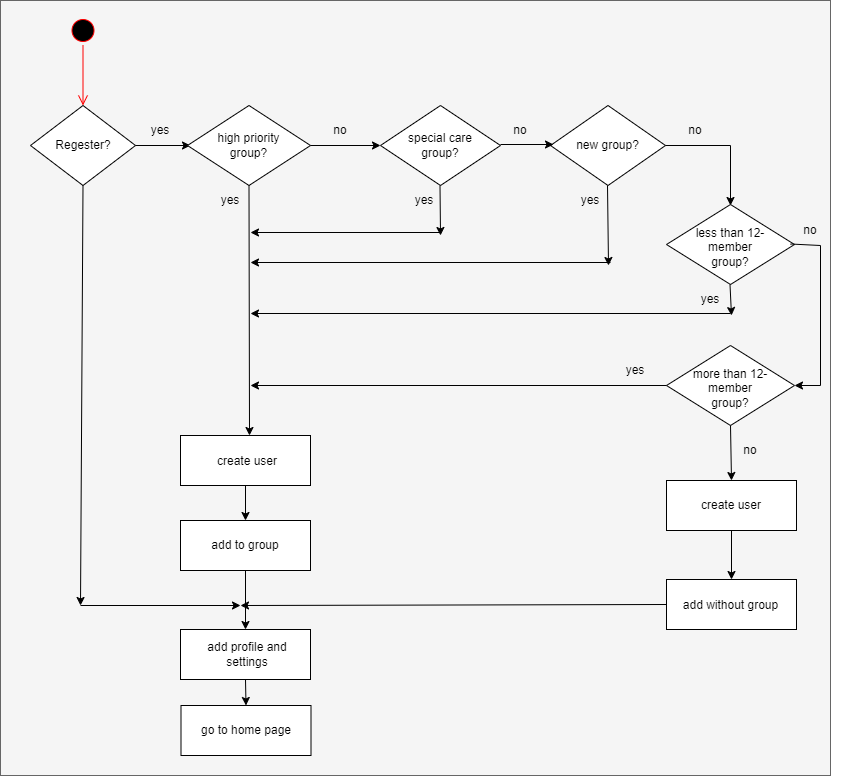
Before: RegestrationSystem.drawio.png, a diagram exported from draw.io (AyaGElsaadany/RegestrationSystemUML). Source tidied: cells renumbered, new cells last; positions are measured from the earlier drawing's top-left corner, leaving out a move shared by most shapes. Its diagram source:
```xml
<mxGraphModel>
  <root>
    <mxCell id="0" />
    <mxCell id="1" parent="0" />
    <mxCell id="2" style="rounded=0;whiteSpace=wrap;html=1;fillColor=#f5f5f5;fontColor=#333333;strokeColor=#666666;" parent="1" vertex="1">
      <mxGeometry width="830" height="775" as="geometry" />
    </mxCell>
    <mxCell id="3" style="ellipse;html=1;shape=startState;fillColor=#000000;strokeColor=#ff0000;" parent="1" vertex="1">
      <mxGeometry x="67.5" y="15" width="30" height="30" as="geometry" />
    </mxCell>
    <mxCell id="4" style="edgeStyle=orthogonalEdgeStyle;html=1;verticalAlign=bottom;endArrow=open;endSize=8;strokeColor=#ff0000;rounded=0;" parent="1" edge="1" source="3">
      <mxGeometry relative="1" as="geometry">
        <mxPoint x="82.5" y="105" as="targetPoint" />
      </mxGeometry>
    </mxCell>
    <mxCell id="5" style="rhombus;whiteSpace=wrap;html=1;" parent="1" vertex="1">
      <mxGeometry x="30" y="105" width="105" height="80" as="geometry" />
    </mxCell>
    <mxCell id="6" style="endArrow=classic;html=1;rounded=0;" parent="1" edge="1">
      <mxGeometry relative="1" as="geometry">
        <mxPoint x="135" y="145" as="sourcePoint" />
        <mxPoint x="190" y="145" as="targetPoint" />
      </mxGeometry>
    </mxCell>
    <mxCell id="7" style="endArrow=classic;html=1;rounded=0;exitX=0.5;exitY=1;exitDx=0;exitDy=0;" parent="1" edge="1" source="5">
      <mxGeometry relative="1" as="geometry">
        <mxPoint x="80" y="605" as="targetPoint" />
      </mxGeometry>
    </mxCell>
    <mxCell id="8" style="rhombus;whiteSpace=wrap;html=1;" parent="1" vertex="1">
      <mxGeometry x="187" y="105" width="123" height="80" as="geometry" />
    </mxCell>
    <mxCell id="9" style="rhombus;whiteSpace=wrap;html=1;" parent="1" vertex="1">
      <mxGeometry x="380" y="105" width="120" height="80" as="geometry" />
    </mxCell>
    <mxCell id="10" style="rhombus;whiteSpace=wrap;html=1;" parent="1" vertex="1">
      <mxGeometry x="550" y="105" width="115" height="80" as="geometry" />
    </mxCell>
    <mxCell id="11" style="endArrow=classic;html=1;rounded=0;exitX=1;exitY=0.5;exitDx=0;exitDy=0;" parent="1" edge="1" source="8">
      <mxGeometry relative="1" as="geometry">
        <mxPoint x="380" y="145" as="targetPoint" />
      </mxGeometry>
    </mxCell>
    <mxCell id="12" style="endArrow=classic;html=1;rounded=0;exitX=0.5;exitY=1;exitDx=0;exitDy=0;" parent="1" edge="1" source="8">
      <mxGeometry relative="1" as="geometry">
        <mxPoint x="249" y="435" as="targetPoint" />
      </mxGeometry>
    </mxCell>
    <mxCell id="13" style="endArrow=classic;html=1;rounded=0;" parent="1" edge="1">
      <mxGeometry relative="1" as="geometry">
        <mxPoint x="500" y="144" as="sourcePoint" />
        <mxPoint x="553" y="144" as="targetPoint" />
      </mxGeometry>
    </mxCell>
    <mxCell id="14" style="endArrow=none;html=1;rounded=0;exitX=1;exitY=0.5;exitDx=0;exitDy=0;" parent="1" edge="1" source="10">
      <mxGeometry relative="1" as="geometry">
        <mxPoint x="730" y="145" as="targetPoint" />
      </mxGeometry>
    </mxCell>
    <mxCell id="15" style="endArrow=classic;html=1;rounded=0;" parent="1" edge="1">
      <mxGeometry relative="1" as="geometry">
        <mxPoint x="730" y="145" as="sourcePoint" />
        <mxPoint x="730" y="205" as="targetPoint" />
      </mxGeometry>
    </mxCell>
    <mxCell id="16" value="Regester?" style="text;html=1;strokeColor=none;fillColor=none;align=center;verticalAlign=middle;whiteSpace=wrap;rounded=0;" parent="1" vertex="1">
      <mxGeometry x="53" y="130" width="60" height="30" as="geometry" />
    </mxCell>
    <mxCell id="17" value="yes" style="text;html=1;strokeColor=none;fillColor=none;align=center;verticalAlign=middle;whiteSpace=wrap;rounded=0;" parent="1" vertex="1">
      <mxGeometry x="130" y="115" width="60" height="30" as="geometry" />
    </mxCell>
    <mxCell id="18" value="high priority group?" style="text;html=1;strokeColor=none;fillColor=none;align=center;verticalAlign=middle;whiteSpace=wrap;rounded=0;" parent="1" vertex="1">
      <mxGeometry x="205" y="130" width="87" height="30" as="geometry" />
    </mxCell>
    <mxCell id="19" value="no" style="text;html=1;strokeColor=none;fillColor=none;align=center;verticalAlign=middle;whiteSpace=wrap;rounded=0;" parent="1" vertex="1">
      <mxGeometry x="490" y="115" width="60" height="30" as="geometry" />
    </mxCell>
    <mxCell id="20" value="special care group?" style="text;html=1;strokeColor=none;fillColor=none;align=center;verticalAlign=middle;whiteSpace=wrap;rounded=0;" parent="1" vertex="1">
      <mxGeometry x="394" y="130" width="92" height="30" as="geometry" />
    </mxCell>
    <mxCell id="21" value="new group?" style="text;html=1;strokeColor=none;fillColor=none;align=center;verticalAlign=middle;whiteSpace=wrap;rounded=0;" parent="1" vertex="1">
      <mxGeometry x="569" y="130" width="77" height="30" as="geometry" />
    </mxCell>
    <mxCell id="22" style="rhombus;whiteSpace=wrap;html=1;" parent="1" vertex="1">
      <mxGeometry x="666" y="204" width="128" height="80" as="geometry" />
    </mxCell>
    <mxCell id="23" style="endArrow=classic;html=1;exitX=0.5;exitY=1;exitDx=0;exitDy=0;strokeColor=default;rounded=0;jumpStyle=arc;" parent="1" edge="1">
      <mxGeometry relative="1" as="geometry">
        <mxPoint x="439.5" y="185" as="sourcePoint" />
        <mxPoint x="440" y="235" as="targetPoint" />
      </mxGeometry>
    </mxCell>
    <mxCell id="24" style="endArrow=classic;html=1;rounded=0;exitX=0.5;exitY=1;exitDx=0;exitDy=0;" parent="1" edge="1">
      <mxGeometry relative="1" as="geometry">
        <mxPoint x="607" y="185" as="sourcePoint" />
        <mxPoint x="608" y="265" as="targetPoint" />
      </mxGeometry>
    </mxCell>
    <mxCell id="25" value="less than 12-member group?" style="text;html=1;strokeColor=none;fillColor=none;align=center;verticalAlign=middle;whiteSpace=wrap;rounded=0;" parent="1" vertex="1">
      <mxGeometry x="690" y="232" width="80" height="30" as="geometry" />
    </mxCell>
    <mxCell id="26" style="rhombus;whiteSpace=wrap;html=1;" parent="1" vertex="1">
      <mxGeometry x="666" y="345" width="128" height="80" as="geometry" />
    </mxCell>
    <mxCell id="27" value="more than 12-member group?" style="text;html=1;strokeColor=none;fillColor=none;align=center;verticalAlign=middle;whiteSpace=wrap;rounded=0;" parent="1" vertex="1">
      <mxGeometry x="690" y="373" width="80" height="30" as="geometry" />
    </mxCell>
    <mxCell id="28" style="endArrow=none;html=1;rounded=0;exitX=1;exitY=0.5;exitDx=0;exitDy=0;" parent="1" edge="1">
      <mxGeometry relative="1" as="geometry">
        <mxPoint x="790" y="243.5" as="sourcePoint" />
        <mxPoint x="820" y="245" as="targetPoint" />
      </mxGeometry>
    </mxCell>
    <mxCell id="29" style="endArrow=classic;html=1;rounded=0;entryX=1;entryY=0.5;entryDx=0;entryDy=0;" parent="1" edge="1" target="26">
      <mxGeometry relative="1" as="geometry">
        <mxPoint x="820" y="385" as="sourcePoint" />
      </mxGeometry>
    </mxCell>
    <mxCell id="30" style="endArrow=none;html=1;rounded=0;" parent="1" edge="1">
      <mxGeometry relative="1" as="geometry">
        <mxPoint x="820" y="245" as="sourcePoint" />
        <mxPoint x="820" y="385" as="targetPoint" />
      </mxGeometry>
    </mxCell>
    <mxCell id="31" style="endArrow=classic;html=1;rounded=0;exitX=0.5;exitY=1;exitDx=0;exitDy=0;" parent="1" edge="1">
      <mxGeometry relative="1" as="geometry">
        <mxPoint x="729.5" y="284" as="sourcePoint" />
        <mxPoint x="731" y="315" as="targetPoint" />
      </mxGeometry>
    </mxCell>
    <mxCell id="32" style="endArrow=classic;html=1;rounded=0;exitX=0;exitY=0.5;exitDx=0;exitDy=0;" parent="1" edge="1" source="26">
      <mxGeometry relative="1" as="geometry">
        <mxPoint x="250" y="385" as="targetPoint" />
      </mxGeometry>
    </mxCell>
    <mxCell id="33" style="endArrow=classic;html=1;rounded=0;exitX=0.5;exitY=1;exitDx=0;exitDy=0;entryX=0.5;entryY=0;entryDx=0;entryDy=0;" parent="1" edge="1" source="26" target="55">
      <mxGeometry relative="1" as="geometry" />
    </mxCell>
    <mxCell id="34" value="no" style="text;html=1;strokeColor=none;fillColor=none;align=center;verticalAlign=middle;whiteSpace=wrap;rounded=0;" parent="1" vertex="1">
      <mxGeometry x="310" y="115" width="60" height="30" as="geometry" />
    </mxCell>
    <mxCell id="35" value="no" style="text;html=1;strokeColor=none;fillColor=none;align=center;verticalAlign=middle;whiteSpace=wrap;rounded=0;" parent="1" vertex="1">
      <mxGeometry x="665" y="115" width="60" height="30" as="geometry" />
    </mxCell>
    <mxCell id="36" value="no" style="text;html=1;strokeColor=none;fillColor=none;align=center;verticalAlign=middle;whiteSpace=wrap;rounded=0;" parent="1" vertex="1">
      <mxGeometry x="780" y="215" width="60" height="30" as="geometry" />
    </mxCell>
    <mxCell id="37" value="yes" style="text;html=1;strokeColor=none;fillColor=none;align=center;verticalAlign=middle;whiteSpace=wrap;rounded=0;" parent="1" vertex="1">
      <mxGeometry x="200" y="185" width="60" height="30" as="geometry" />
    </mxCell>
    <mxCell id="38" value="yes" style="text;html=1;strokeColor=none;fillColor=none;align=center;verticalAlign=middle;whiteSpace=wrap;rounded=0;" parent="1" vertex="1">
      <mxGeometry x="394" y="185" width="60" height="30" as="geometry" />
    </mxCell>
    <mxCell id="39" value="yes" style="text;html=1;strokeColor=none;fillColor=none;align=center;verticalAlign=middle;whiteSpace=wrap;rounded=0;" parent="1" vertex="1">
      <mxGeometry x="560" y="185" width="60" height="30" as="geometry" />
    </mxCell>
    <mxCell id="40" style="rounded=0;whiteSpace=wrap;html=1;" parent="1" vertex="1">
      <mxGeometry x="180" y="435" width="130" height="50" as="geometry" />
    </mxCell>
    <mxCell id="41" value="create user" style="text;html=1;strokeColor=none;fillColor=none;align=center;verticalAlign=middle;whiteSpace=wrap;rounded=0;" parent="1" vertex="1">
      <mxGeometry x="202" y="446" width="90" height="30" as="geometry" />
    </mxCell>
    <mxCell id="42" style="rounded=0;whiteSpace=wrap;html=1;" parent="1" vertex="1">
      <mxGeometry x="180" y="520" width="130" height="50" as="geometry" />
    </mxCell>
    <mxCell id="43" value="add to group" style="text;html=1;strokeColor=none;fillColor=none;align=center;verticalAlign=middle;whiteSpace=wrap;rounded=0;" parent="1" vertex="1">
      <mxGeometry x="200" y="530" width="90" height="30" as="geometry" />
    </mxCell>
    <mxCell id="44" style="rounded=0;whiteSpace=wrap;html=1;" parent="1" vertex="1">
      <mxGeometry x="180" y="629" width="130" height="50" as="geometry" />
    </mxCell>
    <mxCell id="45" value="add profile and settings" style="text;html=1;strokeColor=none;fillColor=none;align=center;verticalAlign=middle;whiteSpace=wrap;rounded=0;" parent="1" vertex="1">
      <mxGeometry x="188.5" y="639" width="115.5" height="30" as="geometry" />
    </mxCell>
    <mxCell id="46" style="endArrow=classic;html=1;rounded=0;exitX=0.5;exitY=1;exitDx=0;exitDy=0;entryX=0.5;entryY=0;entryDx=0;entryDy=0;" parent="1" edge="1" source="40" target="42">
      <mxGeometry relative="1" as="geometry" />
    </mxCell>
    <mxCell id="47" style="rounded=0;whiteSpace=wrap;html=1;" parent="1" vertex="1">
      <mxGeometry x="180.5" y="705" width="130" height="50" as="geometry" />
    </mxCell>
    <mxCell id="48" value="go to home page" style="text;html=1;strokeColor=none;fillColor=none;align=center;verticalAlign=middle;whiteSpace=wrap;rounded=0;" parent="1" vertex="1">
      <mxGeometry x="188" y="715" width="115.5" height="30" as="geometry" />
    </mxCell>
    <mxCell id="49" style="endArrow=classic;html=1;rounded=0;" parent="1" edge="1">
      <mxGeometry relative="1" as="geometry">
        <mxPoint x="440" y="232" as="sourcePoint" />
        <mxPoint x="250" y="232" as="targetPoint" />
      </mxGeometry>
    </mxCell>
    <mxCell id="50" style="endArrow=classic;html=1;rounded=0;strokeColor=default;jumpStyle=arc;" parent="1" edge="1">
      <mxGeometry relative="1" as="geometry">
        <mxPoint x="610" y="262" as="sourcePoint" />
        <mxPoint x="250" y="262" as="targetPoint" />
      </mxGeometry>
    </mxCell>
    <mxCell id="51" style="endArrow=classic;html=1;rounded=0;strokeColor=default;jumpStyle=arc;" parent="1" edge="1">
      <mxGeometry relative="1" as="geometry">
        <mxPoint x="730" y="313" as="sourcePoint" />
        <mxPoint x="250" y="313" as="targetPoint" />
      </mxGeometry>
    </mxCell>
    <mxCell id="52" value="yes" style="text;html=1;strokeColor=none;fillColor=none;align=center;verticalAlign=middle;whiteSpace=wrap;rounded=0;" parent="1" vertex="1">
      <mxGeometry x="680" y="284" width="60" height="30" as="geometry" />
    </mxCell>
    <mxCell id="53" value="yes" style="text;html=1;strokeColor=none;fillColor=none;align=center;verticalAlign=middle;whiteSpace=wrap;rounded=0;" parent="1" vertex="1">
      <mxGeometry x="605" y="355" width="60" height="30" as="geometry" />
    </mxCell>
    <mxCell id="54" value="no" style="text;html=1;strokeColor=none;fillColor=none;align=center;verticalAlign=middle;whiteSpace=wrap;rounded=0;" parent="1" vertex="1">
      <mxGeometry x="720" y="435" width="60" height="30" as="geometry" />
    </mxCell>
    <mxCell id="55" style="rounded=0;whiteSpace=wrap;html=1;" parent="1" vertex="1">
      <mxGeometry x="666" y="480" width="130" height="50" as="geometry" />
    </mxCell>
    <mxCell id="56" value="create user" style="text;html=1;strokeColor=none;fillColor=none;align=center;verticalAlign=middle;whiteSpace=wrap;rounded=0;" parent="1" vertex="1">
      <mxGeometry x="686" y="490" width="90" height="30" as="geometry" />
    </mxCell>
    <mxCell id="57" style="rounded=0;whiteSpace=wrap;html=1;" parent="1" vertex="1">
      <mxGeometry x="666" y="579" width="130" height="50" as="geometry" />
    </mxCell>
    <mxCell id="58" value="add without group" style="text;html=1;strokeColor=none;fillColor=none;align=center;verticalAlign=middle;whiteSpace=wrap;rounded=0;" parent="1" vertex="1">
      <mxGeometry x="672.5" y="590" width="115" height="30" as="geometry" />
    </mxCell>
    <mxCell id="59" style="endArrow=classic;html=1;rounded=0;strokeColor=default;jumpStyle=arc;exitX=0.5;exitY=1;exitDx=0;exitDy=0;entryX=0.5;entryY=0;entryDx=0;entryDy=0;" parent="1" edge="1" source="55" target="57">
      <mxGeometry relative="1" as="geometry" />
    </mxCell>
    <mxCell id="60" style="endArrow=classic;html=1;rounded=0;exitX=0.5;exitY=1;exitDx=0;exitDy=0;entryX=0.5;entryY=0;entryDx=0;entryDy=0;" parent="1" edge="1" source="42" target="44">
      <mxGeometry relative="1" as="geometry" />
    </mxCell>
    <mxCell id="61" style="endArrow=classic;html=1;rounded=0;" parent="1" edge="1">
      <mxGeometry relative="1" as="geometry">
        <mxPoint x="80" y="605" as="sourcePoint" />
        <mxPoint x="240" y="605" as="targetPoint" />
      </mxGeometry>
    </mxCell>
    <mxCell id="62" style="endArrow=classic;html=1;rounded=0;exitX=0.5;exitY=1;exitDx=0;exitDy=0;entryX=0.5;entryY=0;entryDx=0;entryDy=0;" parent="1" edge="1" source="44" target="47">
      <mxGeometry relative="1" as="geometry" />
    </mxCell>
    <mxCell id="63" style="endArrow=classic;html=1;rounded=0;exitX=0;exitY=0.5;exitDx=0;exitDy=0;" parent="1" edge="1" source="57">
      <mxGeometry relative="1" as="geometry">
        <mxPoint x="240" y="605" as="targetPoint" />
      </mxGeometry>
    </mxCell>
  </root>
</mxGraphModel>
```
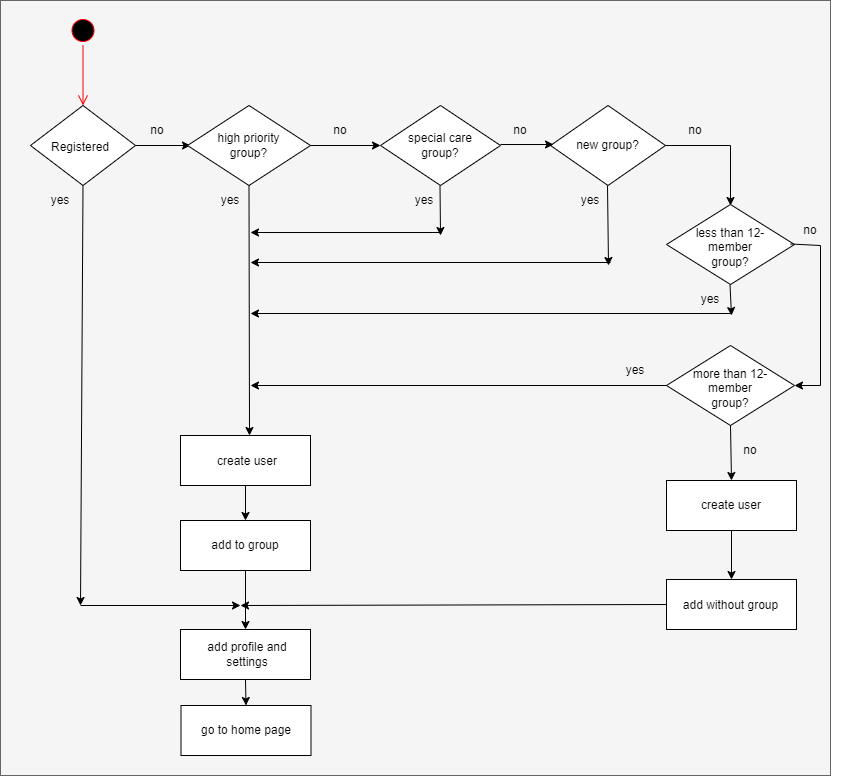
After the change.

Change to the diagram source:
```diff
@@ -63,11 +63,11 @@
         <mxPoint x="730" y="205" as="targetPoint" />
       </mxGeometry>
     </mxCell>
-    <mxCell id="16" value="Regester?" style="text;html=1;strokeColor=none;fillColor=none;align=center;verticalAlign=middle;whiteSpace=wrap;rounded=0;" parent="1" vertex="1">
-      <mxGeometry x="53" y="130" width="60" height="30" as="geometry" />
+    <mxCell id="16" value="Registered" style="text;html=1;strokeColor=none;fillColor=none;align=center;verticalAlign=middle;whiteSpace=wrap;rounded=0;" parent="1" vertex="1">
+      <mxGeometry x="49.5" y="132" width="60" height="30" as="geometry" />
     </mxCell>
     <mxCell id="17" value="yes" style="text;html=1;strokeColor=none;fillColor=none;align=center;verticalAlign=middle;whiteSpace=wrap;rounded=0;" parent="1" vertex="1">
-      <mxGeometry x="130" y="115" width="60" height="30" as="geometry" />
+      <mxGeometry x="30" y="185" width="60" height="30" as="geometry" />
     </mxCell>
     <mxCell id="18" value="high priority group?" style="text;html=1;strokeColor=none;fillColor=none;align=center;verticalAlign=middle;whiteSpace=wrap;rounded=0;" parent="1" vertex="1">
       <mxGeometry x="205" y="130" width="87" height="30" as="geometry" />
@@ -240,5 +240,8 @@
         <mxPoint x="240" y="605" as="targetPoint" />
       </mxGeometry>
     </mxCell>
+    <mxCell id="64" value="no" style="text;html=1;strokeColor=none;fillColor=none;align=center;verticalAlign=middle;whiteSpace=wrap;rounded=0;" parent="1" vertex="1">
+      <mxGeometry x="127" y="115" width="60" height="30" as="geometry" />
+    </mxCell>
   </root>
 </mxGraphModel>
```
